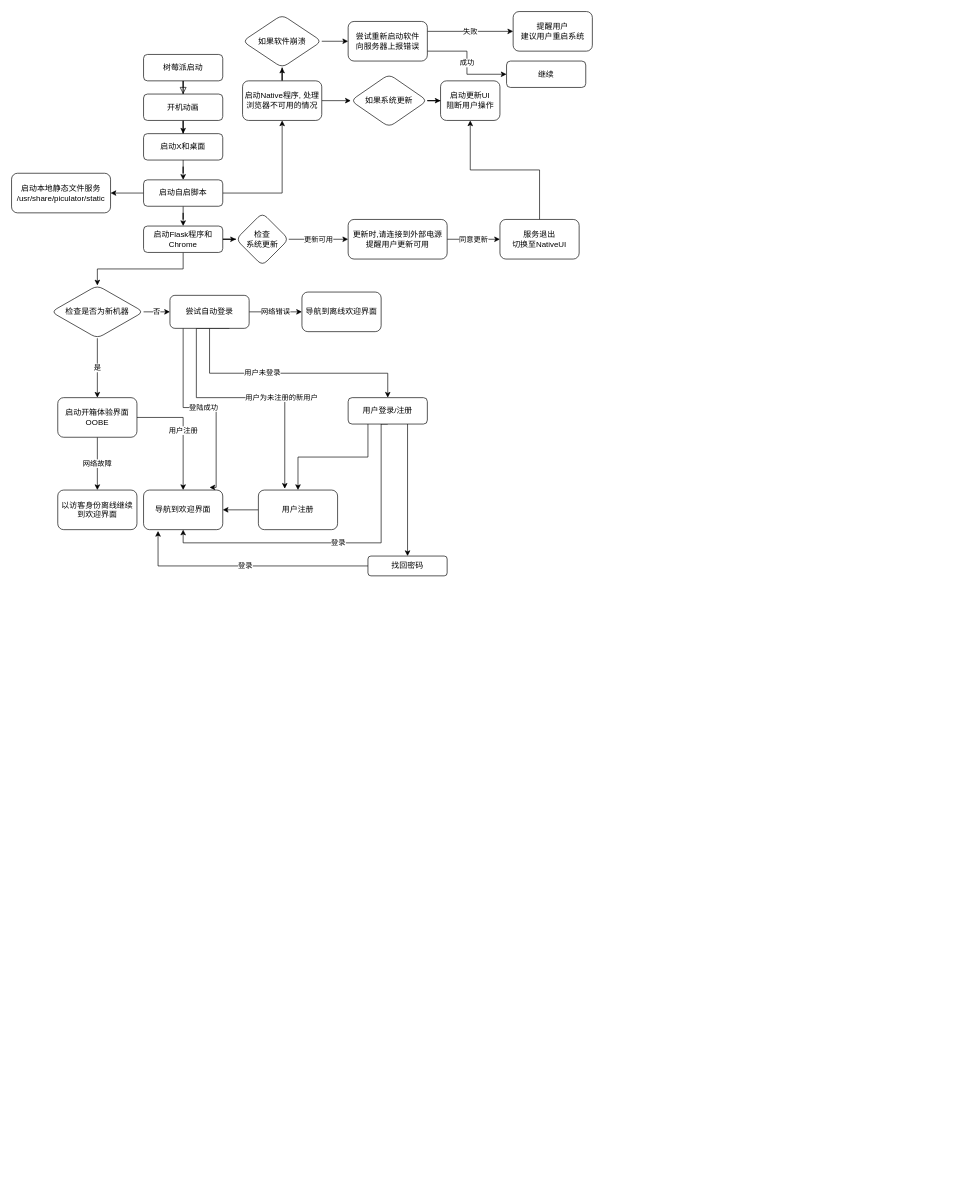
This is DetailsAboutFlow/Details.drawio from piculator/piculator-design, a draw.io file, before an edit. Source tidied: cells renumbered, new cells numbered last; positions are measured from the earlier drawing's top-left corner, leaving out a move shared by most shapes. Both pictures are drawn from the tidied source at 66%, with x=0, y=0 at pixel (11, 11).
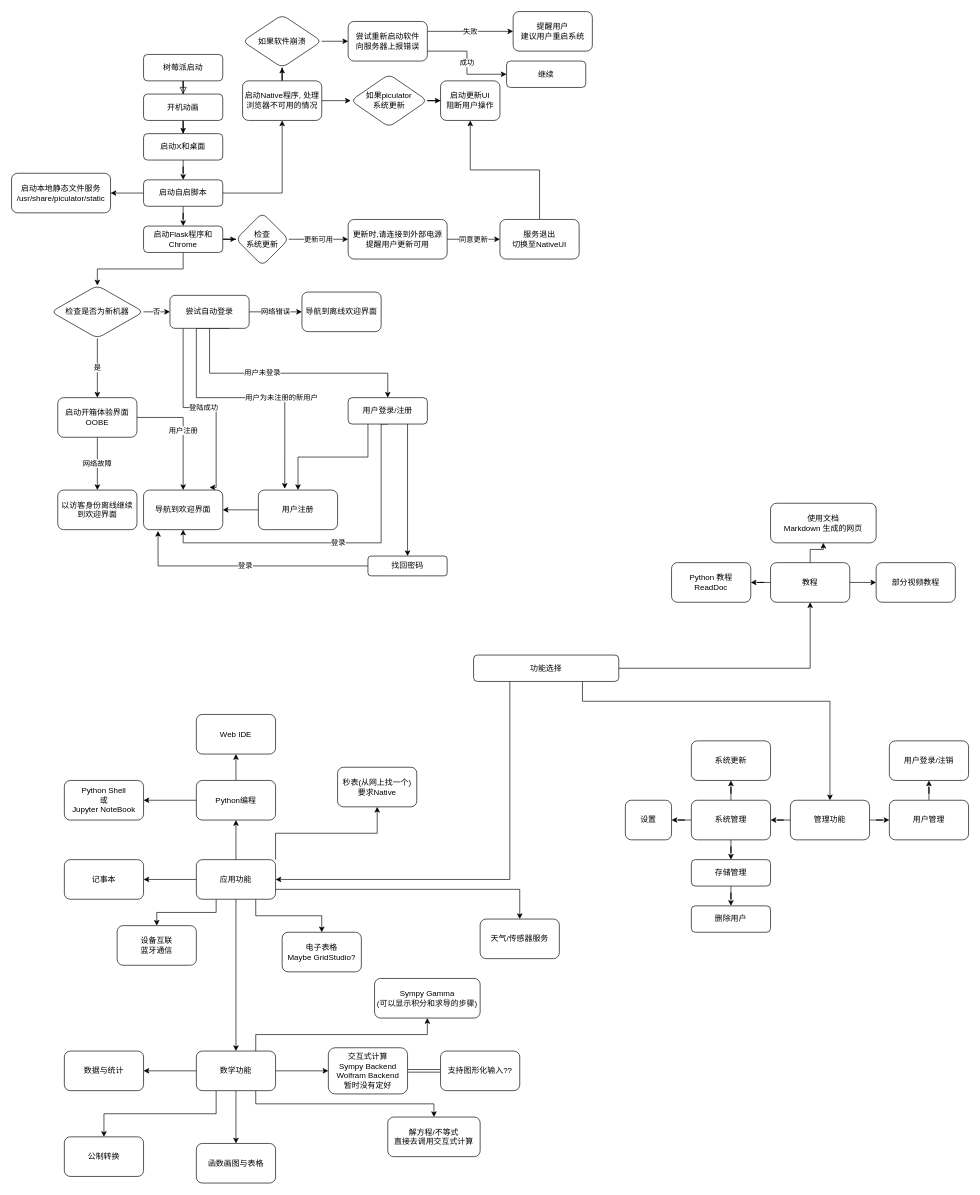
Above is the later version.

Change to the diagram source:
```diff
@@
-    <mxCell id="50" value="如果系统更新" style="rhombus;whiteSpace=wrap;html=1;rounded=1;" parent="1" vertex="1">
+    <mxCell id="50" value="如果piculator&lt;br&gt;系统更新" style="rhombus;whiteSpace=wrap;html=1;rounded=1;" parent="1" vertex="1">
       <mxGeometry x="514" y="95" width="116" height="80" as="geometry" />
     </mxCell>
@@
+    <mxCell id="59" style="edgeStyle=orthogonalEdgeStyle;rounded=0;jettySize=auto;html=1;exitX=0.25;exitY=1;exitDx=0;exitDy=0;entryX=1;entryY=0.5;entryDx=0;entryDy=0;" parent="1" edge="1" source="62" target="70">
+      <mxGeometry relative="1" as="geometry" />
+    </mxCell>
+    <mxCell id="60" style="edgeStyle=orthogonalEdgeStyle;rounded=0;jettySize=auto;html=1;exitX=0.75;exitY=1;exitDx=0;exitDy=0;" parent="1" edge="1" source="62" target="73">
+      <mxGeometry relative="1" as="geometry">
+        <Array as="points">
+          <mxPoint x="865" y="1045" />
+          <mxPoint x="1240" y="1045" />
+        </Array>
+      </mxGeometry>
+    </mxCell>
+    <mxCell id="61" style="edgeStyle=orthogonalEdgeStyle;rounded=0;jettySize=auto;html=1;" parent="1" edge="1" source="62" target="114">
+      <mxGeometry relative="1" as="geometry" />
+    </mxCell>
+    <mxCell id="62" value="功能选择" style="rounded=1;whiteSpace=wrap;html=1;" parent="1" vertex="1">
+      <mxGeometry x="700" y="975" width="220" height="40" as="geometry" />
+    </mxCell>
+    <mxCell id="63" style="edgeStyle=orthogonalEdgeStyle;rounded=0;jettySize=auto;html=1;" parent="1" edge="1" source="70" target="76">
+      <mxGeometry relative="1" as="geometry" />
+    </mxCell>
+    <mxCell id="64" style="edgeStyle=orthogonalEdgeStyle;rounded=0;jettySize=auto;html=1;" parent="1" edge="1" source="70" target="77">
+      <mxGeometry relative="1" as="geometry" />
+    </mxCell>
+    <mxCell id="65" style="edgeStyle=orthogonalEdgeStyle;rounded=0;jettySize=auto;html=1;" parent="1" edge="1" source="70" target="84">
+      <mxGeometry relative="1" as="geometry" />
+    </mxCell>
+    <mxCell id="66" style="edgeStyle=orthogonalEdgeStyle;rounded=0;jettySize=auto;html=1;exitX=1;exitY=0.75;exitDx=0;exitDy=0;" parent="1" edge="1" source="70" target="85">
+      <mxGeometry relative="1" as="geometry" />
+    </mxCell>
+    <mxCell id="67" style="edgeStyle=orthogonalEdgeStyle;rounded=0;jettySize=auto;html=1;exitX=1;exitY=0;exitDx=0;exitDy=0;" parent="1" edge="1" source="70" target="86">
+      <mxGeometry relative="1" as="geometry" />
+    </mxCell>
+    <mxCell id="68" style="edgeStyle=orthogonalEdgeStyle;rounded=0;jettySize=auto;html=1;exitX=0.25;exitY=1;exitDx=0;exitDy=0;" parent="1" edge="1" source="70" target="91">
+      <mxGeometry relative="1" as="geometry" />
+    </mxCell>
+    <mxCell id="69" style="edgeStyle=orthogonalEdgeStyle;rounded=0;jettySize=auto;html=1;exitX=0.75;exitY=1;exitDx=0;exitDy=0;" parent="1" edge="1" source="70" target="92">
+      <mxGeometry relative="1" as="geometry" />
+    </mxCell>
+    <mxCell id="70" value="应用功能" style="rounded=1;whiteSpace=wrap;html=1;" parent="1" vertex="1">
+      <mxGeometry x="280" y="1285" width="120" height="60" as="geometry" />
+    </mxCell>
+    <mxCell id="71" style="edgeStyle=orthogonalEdgeStyle;rounded=0;jettySize=auto;html=1;" parent="1" edge="1" source="73" target="102">
+      <mxGeometry relative="1" as="geometry" />
+    </mxCell>
+    <mxCell id="72" style="edgeStyle=orthogonalEdgeStyle;rounded=0;jettySize=auto;html=1;" parent="1" edge="1" source="73" target="104">
+      <mxGeometry relative="1" as="geometry" />
+    </mxCell>
+    <mxCell id="73" value="管理功能" style="rounded=1;whiteSpace=wrap;html=1;" parent="1" vertex="1">
+      <mxGeometry x="1180" y="1195" width="120" height="60" as="geometry" />
+    </mxCell>
+    <mxCell id="74" style="edgeStyle=orthogonalEdgeStyle;rounded=0;jettySize=auto;html=1;" parent="1" edge="1" source="76" target="97">
+      <mxGeometry relative="1" as="geometry" />
+    </mxCell>
+    <mxCell id="75" style="edgeStyle=orthogonalEdgeStyle;rounded=0;jettySize=auto;html=1;" parent="1" edge="1" source="76" target="98">
+      <mxGeometry relative="1" as="geometry" />
+    </mxCell>
+    <mxCell id="76" value="Python编程" style="whiteSpace=wrap;html=1;rounded=1;" parent="1" vertex="1">
+      <mxGeometry x="280" y="1165" width="120" height="60" as="geometry" />
+    </mxCell>
+    <mxCell id="77" value="记事本" style="whiteSpace=wrap;html=1;rounded=1;" parent="1" vertex="1">
+      <mxGeometry x="80" y="1285" width="120" height="60" as="geometry" />
+    </mxCell>
+    <mxCell id="78" style="edgeStyle=orthogonalEdgeStyle;rounded=0;jettySize=auto;html=1;" parent="1" edge="1" source="84" target="88">
+      <mxGeometry relative="1" as="geometry" />
+    </mxCell>
+    <mxCell id="79" style="edgeStyle=orthogonalEdgeStyle;rounded=0;jettySize=auto;html=1;" parent="1" edge="1" source="84" target="89">
+      <mxGeometry relative="1" as="geometry" />
+    </mxCell>
+    <mxCell id="80" style="edgeStyle=orthogonalEdgeStyle;rounded=0;jettySize=auto;html=1;" parent="1" edge="1" source="84" target="93">
+      <mxGeometry relative="1" as="geometry" />
+    </mxCell>
+    <mxCell id="81" style="edgeStyle=orthogonalEdgeStyle;rounded=0;jettySize=auto;html=1;exitX=0.75;exitY=0;exitDx=0;exitDy=0;" parent="1" edge="1" source="84" target="94">
+      <mxGeometry relative="1" as="geometry" />
+    </mxCell>
+    <mxCell id="82" style="edgeStyle=orthogonalEdgeStyle;rounded=0;jettySize=auto;html=1;exitX=0.75;exitY=1;exitDx=0;exitDy=0;" parent="1" edge="1" source="84" target="95">
+      <mxGeometry relative="1" as="geometry" />
+    </mxCell>
+    <mxCell id="83" style="edgeStyle=orthogonalEdgeStyle;rounded=0;jettySize=auto;html=1;exitX=0.25;exitY=1;exitDx=0;exitDy=0;" parent="1" edge="1" source="84" target="96">
+      <mxGeometry relative="1" as="geometry" />
+    </mxCell>
+    <mxCell id="84" value="数学功能" style="whiteSpace=wrap;html=1;rounded=1;" parent="1" vertex="1">
+      <mxGeometry x="280" y="1575" width="120" height="60" as="geometry" />
+    </mxCell>
+    <mxCell id="85" value="天气/传感器服务" style="rounded=1;whiteSpace=wrap;html=1;" parent="1" vertex="1">
+      <mxGeometry x="710" y="1375" width="120" height="60" as="geometry" />
+    </mxCell>
+    <mxCell id="86" value="秒表(从网上找一个)&lt;br&gt;要求Native" style="rounded=1;whiteSpace=wrap;html=1;" parent="1" vertex="1">
+      <mxGeometry x="494" y="1145" width="120" height="60" as="geometry" />
+    </mxCell>
+    <mxCell id="87" style="edgeStyle=orthogonalEdgeStyle;rounded=0;jettySize=auto;html=1;shape=link;" parent="1" edge="1" source="88" target="90">
+      <mxGeometry relative="1" as="geometry" />
+    </mxCell>
+    <mxCell id="88" value="交互式计算&lt;br&gt;Sympy Backend&lt;br&gt;Wolfram Backend&lt;br&gt;暂时没有定好" style="whiteSpace=wrap;html=1;rounded=1;" parent="1" vertex="1">
+      <mxGeometry x="480" y="1570" width="120" height="70" as="geometry" />
+    </mxCell>
+    <mxCell id="89" value="函数画图与表格" style="whiteSpace=wrap;html=1;rounded=1;" parent="1" vertex="1">
+      <mxGeometry x="280" y="1715" width="120" height="60" as="geometry" />
+    </mxCell>
+    <mxCell id="90" value="支持图形化输入??" style="rounded=1;whiteSpace=wrap;html=1;" parent="1" vertex="1">
+      <mxGeometry x="650" y="1575" width="120" height="60" as="geometry" />
+    </mxCell>
+    <mxCell id="91" value="设备互联&lt;br&gt;蓝牙通信" style="rounded=1;whiteSpace=wrap;html=1;" parent="1" vertex="1">
+      <mxGeometry x="160" y="1385" width="120" height="60" as="geometry" />
+    </mxCell>
+    <mxCell id="92" value="电子表格&lt;br&gt;Maybe GridStudio?" style="rounded=1;whiteSpace=wrap;html=1;" parent="1" vertex="1">
+      <mxGeometry x="410" y="1395" width="120" height="60" as="geometry" />
+    </mxCell>
+    <mxCell id="93" value="数据与统计" style="whiteSpace=wrap;html=1;rounded=1;" parent="1" vertex="1">
+      <mxGeometry x="80" y="1575" width="120" height="60" as="geometry" />
+    </mxCell>
+    <mxCell id="94" value="Sympy Gamma&lt;br&gt;(可以显示积分和求导的步骤)" style="rounded=1;whiteSpace=wrap;html=1;" parent="1" vertex="1">
+      <mxGeometry x="550" y="1465" width="160" height="60" as="geometry" />
+    </mxCell>
+    <mxCell id="95" value="解方程/不等式&lt;br&gt;直接去调用交互式计算" style="rounded=1;whiteSpace=wrap;html=1;" parent="1" vertex="1">
+      <mxGeometry x="570" y="1675" width="140" height="60" as="geometry" />
+    </mxCell>
+    <mxCell id="96" value="公制转换" style="rounded=1;whiteSpace=wrap;html=1;" parent="1" vertex="1">
+      <mxGeometry x="80" y="1705" width="120" height="60" as="geometry" />
+    </mxCell>
+    <mxCell id="97" value="Web IDE" style="whiteSpace=wrap;html=1;rounded=1;" parent="1" vertex="1">
+      <mxGeometry x="280" y="1065" width="120" height="60" as="geometry" />
+    </mxCell>
+    <mxCell id="98" value="Python Shell&lt;br&gt;或&lt;br&gt;Jupyter NoteBook" style="whiteSpace=wrap;html=1;rounded=1;" parent="1" vertex="1">
+      <mxGeometry x="80" y="1165" width="120" height="60" as="geometry" />
+    </mxCell>
+    <mxCell id="99" style="edgeStyle=orthogonalEdgeStyle;rounded=0;jettySize=auto;html=1;" parent="1" edge="1" source="102" target="105">
+      <mxGeometry relative="1" as="geometry" />
+    </mxCell>
+    <mxCell id="100" style="edgeStyle=orthogonalEdgeStyle;rounded=0;jettySize=auto;html=1;" parent="1" edge="1" source="102" target="106">
+      <mxGeometry relative="1" as="geometry" />
+    </mxCell>
+    <mxCell id="101" style="edgeStyle=orthogonalEdgeStyle;rounded=0;jettySize=auto;html=1;" parent="1" edge="1" source="102" target="109">
+      <mxGeometry relative="1" as="geometry" />
+    </mxCell>
+    <mxCell id="102" value="系统管理" style="whiteSpace=wrap;html=1;rounded=1;" parent="1" vertex="1">
+      <mxGeometry x="1030" y="1195" width="120" height="60" as="geometry" />
+    </mxCell>
+    <mxCell id="103" style="edgeStyle=orthogonalEdgeStyle;rounded=0;jettySize=auto;html=1;" parent="1" edge="1" source="104" target="107">
+      <mxGeometry relative="1" as="geometry" />
+    </mxCell>
+    <mxCell id="104" value="用户管理" style="whiteSpace=wrap;html=1;rounded=1;" parent="1" vertex="1">
+      <mxGeometry x="1330" y="1195" width="120" height="60" as="geometry" />
+    </mxCell>
+    <mxCell id="105" value="系统更新" style="whiteSpace=wrap;html=1;rounded=1;" parent="1" vertex="1">
+      <mxGeometry x="1030" y="1105" width="120" height="60" as="geometry" />
+    </mxCell>
+    <mxCell id="106" value="设置" style="whiteSpace=wrap;html=1;rounded=1;" parent="1" vertex="1">
+      <mxGeometry x="930" y="1195" width="70" height="60" as="geometry" />
+    </mxCell>
+    <mxCell id="107" value="用户登录/注销" style="whiteSpace=wrap;html=1;rounded=1;" parent="1" vertex="1">
+      <mxGeometry x="1330" y="1105" width="120" height="60" as="geometry" />
+    </mxCell>
+    <mxCell id="108" style="edgeStyle=orthogonalEdgeStyle;rounded=0;jettySize=auto;html=1;" parent="1" edge="1" source="109" target="110">
+      <mxGeometry relative="1" as="geometry" />
+    </mxCell>
+    <mxCell id="109" value="存储管理" style="whiteSpace=wrap;html=1;rounded=1;" parent="1" vertex="1">
+      <mxGeometry x="1030" y="1285" width="120" height="40" as="geometry" />
+    </mxCell>
+    <mxCell id="110" value="删除用户" style="whiteSpace=wrap;html=1;rounded=1;" parent="1" vertex="1">
+      <mxGeometry x="1030" y="1355" width="120" height="40" as="geometry" />
+    </mxCell>
+    <mxCell id="111" style="edgeStyle=orthogonalEdgeStyle;rounded=0;jettySize=auto;html=1;" parent="1" edge="1" source="114" target="115">
+      <mxGeometry relative="1" as="geometry" />
+    </mxCell>
+    <mxCell id="112" style="edgeStyle=orthogonalEdgeStyle;rounded=0;jettySize=auto;html=1;" parent="1" edge="1" source="114" target="116">
+      <mxGeometry relative="1" as="geometry" />
+    </mxCell>
+    <mxCell id="113" style="edgeStyle=orthogonalEdgeStyle;rounded=0;jettySize=auto;html=1;" parent="1" edge="1" source="114" target="117">
+      <mxGeometry relative="1" as="geometry" />
+    </mxCell>
+    <mxCell id="114" value="教程" style="whiteSpace=wrap;html=1;rounded=1;" parent="1" vertex="1">
+      <mxGeometry x="1150" y="835" width="120" height="60" as="geometry" />
+    </mxCell>
+    <mxCell id="115" value="使用文档&lt;br&gt;Markdown 生成的网页" style="whiteSpace=wrap;html=1;rounded=1;" parent="1" vertex="1">
+      <mxGeometry x="1150" y="745" width="160" height="60" as="geometry" />
+    </mxCell>
+    <mxCell id="116" value="部分视频教程" style="whiteSpace=wrap;html=1;rounded=1;" parent="1" vertex="1">
+      <mxGeometry x="1310" y="835" width="120" height="60" as="geometry" />
+    </mxCell>
+    <mxCell id="117" value="Python 教程&lt;br&gt;ReadDoc" style="whiteSpace=wrap;html=1;rounded=1;" parent="1" vertex="1">
+      <mxGeometry x="1000" y="835" width="120" height="60" as="geometry" />
+    </mxCell>
```
